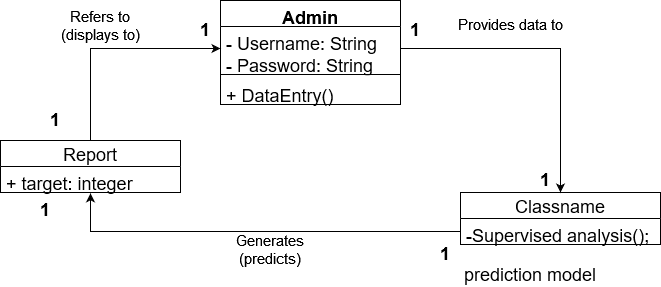
Before: class.drawio.png, a diagram exported from draw.io (sharansk792000/classdiagram). Source tidied: cells renumbered, new cells last; positions are measured from the earlier drawing's top-left corner, leaving out a move shared by most shapes.
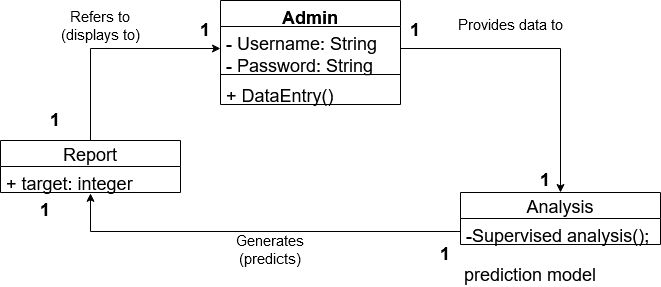
The same file after the commit.

Diff of the diagram source:
```diff
@@ -23,7 +23,7 @@
     <mxCell id="8" value="+ target: integer" style="text;strokeColor=none;fillColor=none;align=left;verticalAlign=top;spacingLeft=4;spacingRight=4;overflow=hidden;points=[[0,0.5],[1,0.5]];portConstraint=eastwest;fontSize=18;" parent="7" vertex="1">
       <mxGeometry y="26" width="180" height="26" as="geometry" />
     </mxCell>
-    <mxCell id="9" value="Classname" style="swimlane;fontStyle=0;horizontal=1;startSize=26;fillColor=none;fontSize=18;" parent="1" vertex="1">
+    <mxCell id="9" value="Analysis" style="swimlane;fontStyle=0;horizontal=1;startSize=26;fillColor=none;fontSize=18;" parent="1" vertex="1">
       <mxGeometry x="460" y="192" width="200" height="52" as="geometry" />
     </mxCell>
     <mxCell id="10" value="-Supervised analysis();" style="text;strokeColor=none;fillColor=none;align=left;verticalAlign=top;spacingLeft=4;spacingRight=4;overflow=hidden;points=[[0,0.5],[1,0.5]];portConstraint=eastwest;fontSize=18;" parent="9" vertex="1">
```
